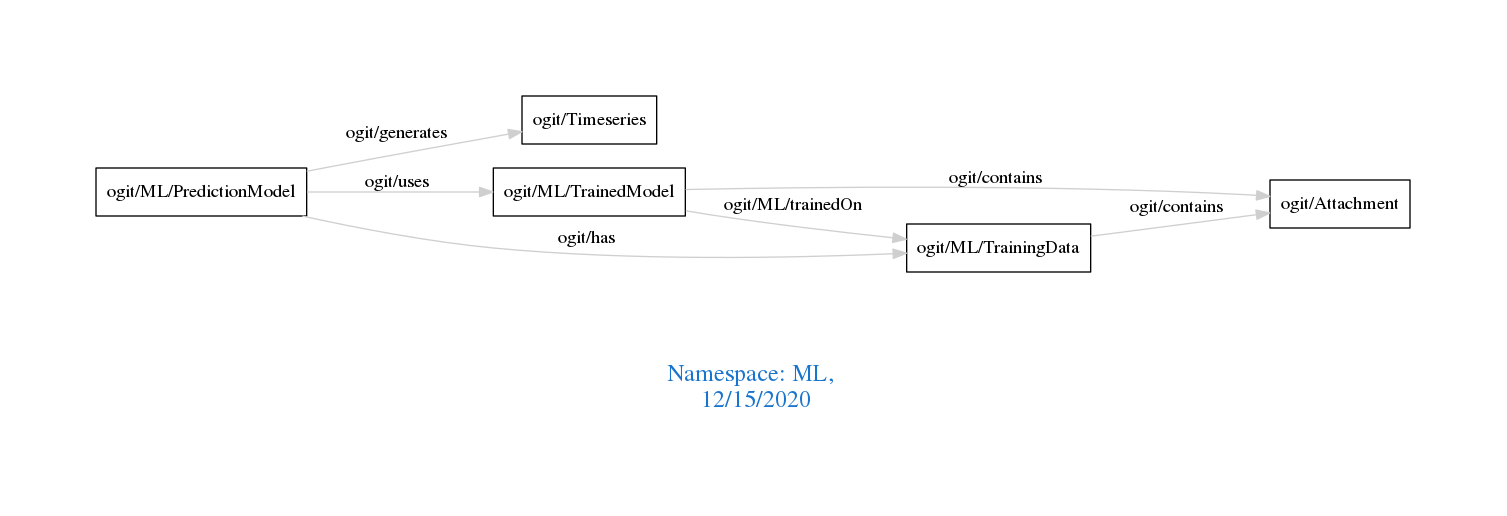
Before: downloads/ML.png, a diagram exported from Graphviz (arago/OGIT). Its source is kept beside it as downloads/ML.dot.
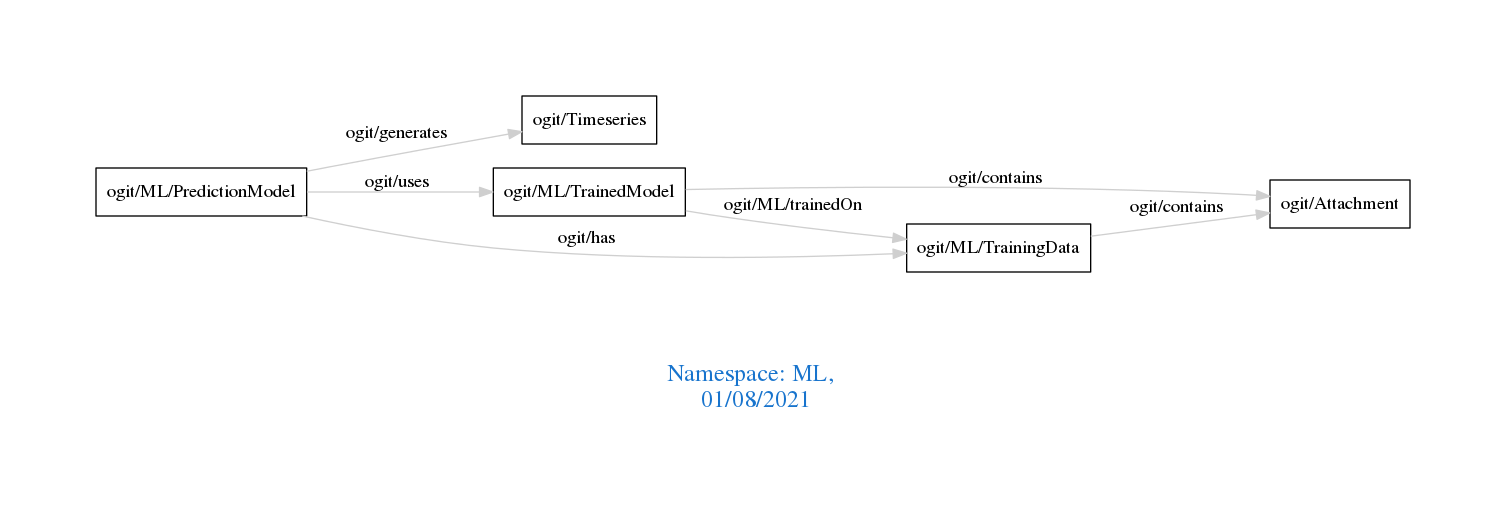
The same diagram one commit later.

What changed in the source:
```diff
@@ -1,7 +1,7 @@
 digraph OGIT_ontology {
  graph [ rankdir= LR,pad=1
 fontsize = 18,
-fontcolor= dodgerblue3,label = "\n\n\nNamespace: ML, \n 12/15/2020"];
+fontcolor= dodgerblue3,label = "\n\n\nNamespace: ML, \n 01/08/2021"];
 node[shape=polygon];
 edge [  color="gray81"];
 
```
